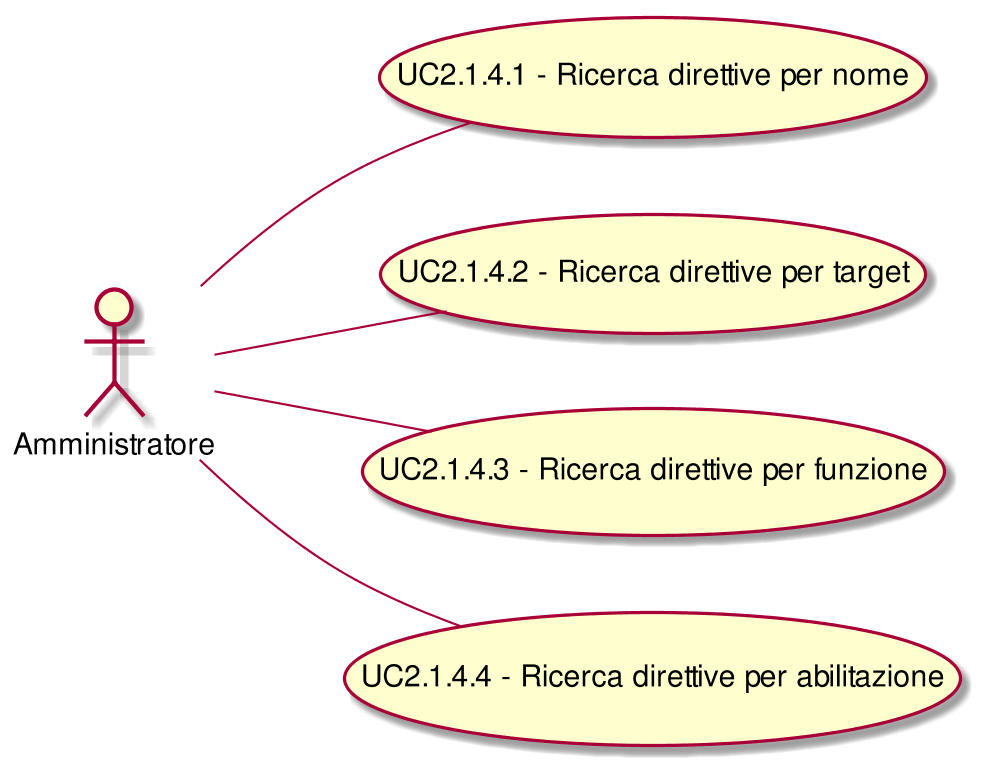
This is RR/Esterni/AnalisiDeiRequisiti/images/UseCaseUC214.png from CoCodeSWE/Docs, a PlantUML export, as it was before one commit.
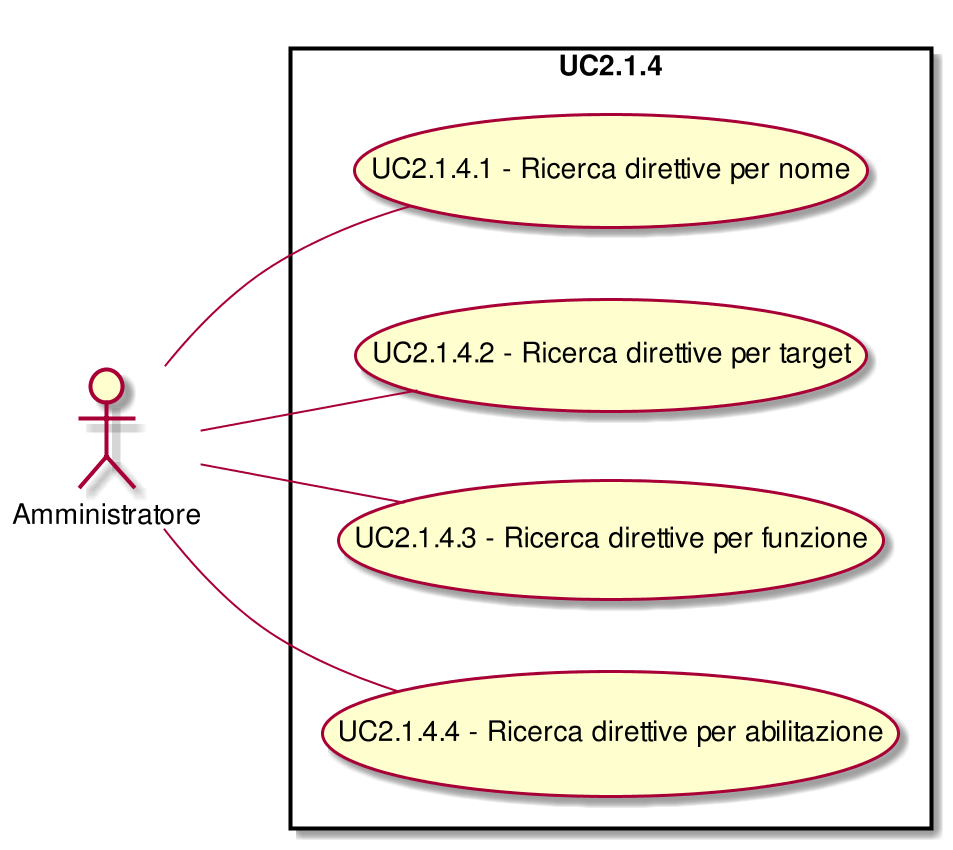
After the change.

The edit, as a diff of the source:
```diff
@@ -1,6 +1,9 @@
 @startuml
 scale 1000*1000
 left to right direction
+skinparam packageStyle rect
+:Amministratore:
+rectangle UC2.1.4{
 ( UC2.1.4.1 - Ricerca direttive per nome ) as (UC2.1.4.1)
 :Amministratore:--(UC2.1.4.1)
 ( UC2.1.4.2 - Ricerca direttive per target ) as (UC2.1.4.2)
@@ -9,4 +12,5 @@
 :Amministratore:--(UC2.1.4.3)
 ( UC2.1.4.4 - Ricerca direttive per abilitazione ) as (UC2.1.4.4)
 :Amministratore:--(UC2.1.4.4)
+}
 @enduml
```
